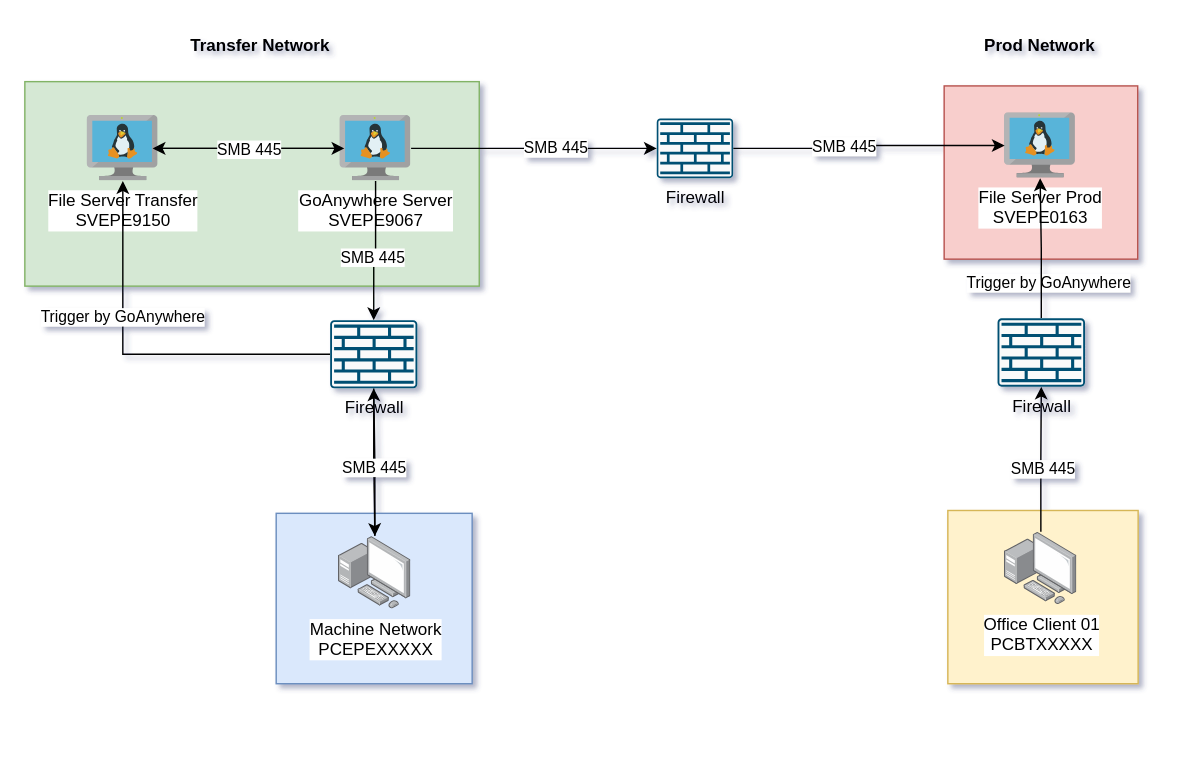
Above: goanywhere.drawio in iippam/proyek-01 (draw.io), before the change. Source tidied: cells renumbered, new cells numbered last; positions are measured from the earlier drawing's top-left corner, leaving out a move shared by most shapes. Both pictures are drawn from the tidied source at 142%, with x=0, y=0 at pixel (24, 24).
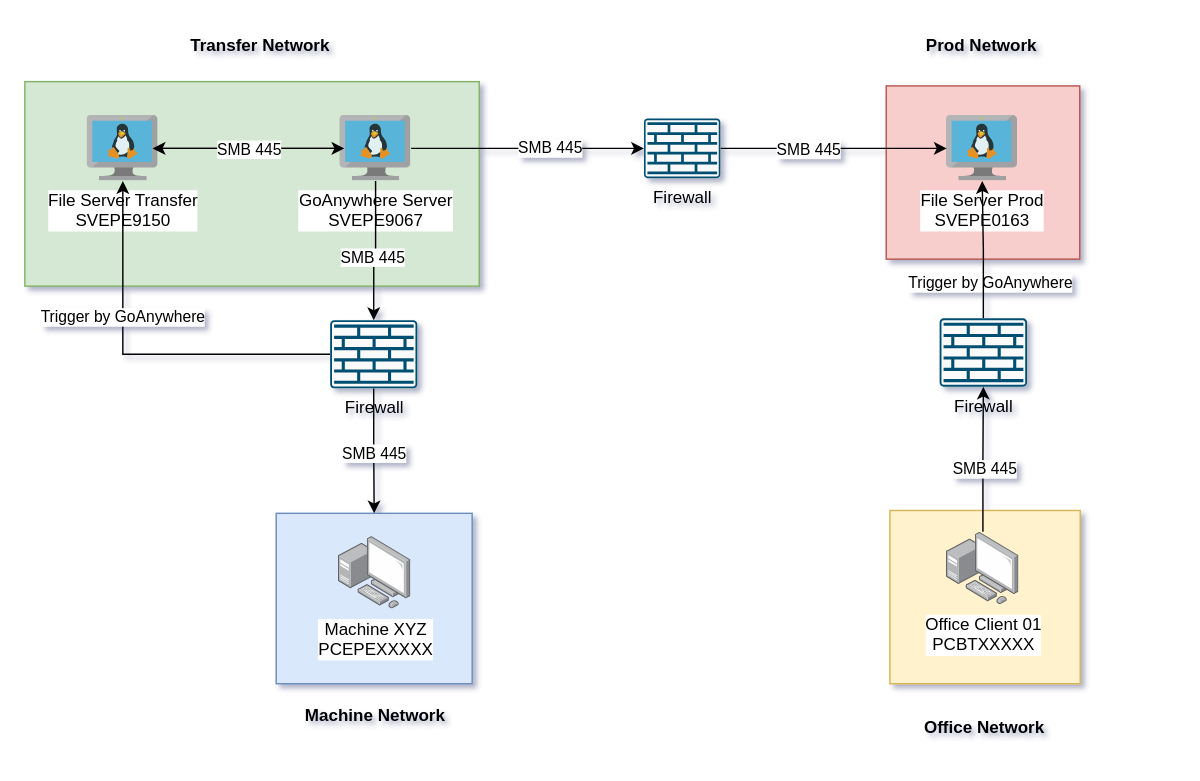
After the change.

Unchanged cells that the change refers to:
```xml
<mxCell id="5" style="rounded=0;whiteSpace=wrap;html=1;fillColor=#dae8fc;strokeColor=#6c8ebf;" parent="1" vertex="1">
  <mxGeometry x="177" y="344" width="138" height="120" as="geometry" />
</mxCell>
<mxCell id="23" style="edgeStyle=orthogonalEdgeStyle;rounded=0;jettySize=auto;html=1;" parent="1" edge="1" source="26" target="12">
  <mxGeometry relative="1" as="geometry" />
</mxCell>
<mxCell id="26" value="Firewall&lt;div&gt;&lt;br/&gt;&lt;/div&gt;" style="sketch=0;points=[[0.015,0.015,0],[0.985,0.015,0],[0.985,0.985,0],[0.015,0.985,0],[0.25,0,0],[0.5,0,0],[0.75,0,0],[1,0.25,0],[1,0.5,0],[1,0.75,0],[0.75,1,0],[0.5,1,0],[0.25,1,0],[0,0.75,0],[0,0.5,0],[0,0.25,0]];verticalLabelPosition=bottom;html=1;verticalAlign=top;align=center;shape=mxgraph.cisco19.rect;prIcon=firewall;fillColor=#FAFAFA;strokeColor=#005073;" parent="1" vertex="1">
  <mxGeometry x="215" y="208" width="61.4" height="48" as="geometry" />
</mxCell>
```

Change to the diagram source:
```diff
@@
     <mxCell id="2" style="rounded=0;whiteSpace=wrap;html=1;fillColor=#f8cecc;strokeColor=#b85450;" parent="1" vertex="1">
-      <mxGeometry x="647.4" y="43" width="136.3" height="122" as="geometry" />
+      <mxGeometry x="606.6" y="43" width="136.3" height="122" as="geometry" />
     </mxCell>
@@
     <mxCell id="4" style="rounded=0;whiteSpace=wrap;html=1;fillColor=#fff2cc;strokeColor=#d6b656;" parent="1" vertex="1">
-      <mxGeometry x="650" y="342" width="134" height="122" as="geometry" />
+      <mxGeometry x="609.2" y="342" width="134" height="122" as="geometry" />
     </mxCell>
@@
     <mxCell id="9" value="&lt;div&gt;Office Client 01&lt;br&gt;PCBTXXXXX&lt;/div&gt;" style="sketch=0;shadow=0;dashed=0;html=1;strokeColor=none;fillColor=#00BEF2;labelPosition=center;verticalLabelPosition=bottom;verticalAlign=top;outlineConnect=0;align=center;shape=image;labelBackgroundColor=default;points=[];image=img/lib/allied_telesis/computer_and_terminals/Personal_Computer_with_Server.svg;" parent="1" vertex="1">
-      <mxGeometry x="690" y="357" width="51" height="52" as="geometry" />
+      <mxGeometry x="649.2" y="357" width="51" height="52" as="geometry" />
     </mxCell>
@@
     <mxCell id="11" value="File Server Prod&lt;br&gt;SVEPE0163" style="image;sketch=0;html=1;points=[];align=center;fontSize=12;image=img/lib/mscae/VM_Linux.svg;" parent="1" vertex="1">
-      <mxGeometry x="690" y="62" width="50" height="46" as="geometry" />
+      <mxGeometry x="649.2" y="64" width="50" height="46" as="geometry" />
     </mxCell>
@@
     <mxCell id="15" value="Firewall" style="sketch=0;points=[[0.015,0.015,0],[0.985,0.015,0],[0.985,0.985,0],[0.015,0.985,0],[0.25,0,0],[0.5,0,0],[0.75,0,0],[1,0.25,0],[1,0.5,0],[1,0.75,0],[0.75,1,0],[0.5,1,0],[0.25,1,0],[0,0.75,0],[0,0.5,0],[0,0.25,0]];verticalLabelPosition=bottom;html=1;verticalAlign=top;align=center;shape=mxgraph.cisco19.rect;prIcon=firewall;fillColor=#FAFAFA;strokeColor=#005073;" parent="1" vertex="1">
-      <mxGeometry x="445" y="66" width="53.8" height="42" as="geometry" />
+      <mxGeometry x="436" y="66" width="53.8" height="42" as="geometry" />
     </mxCell>
@@
-    <mxCell id="19" style="edgeStyle=orthogonalEdgeStyle;rounded=0;jettySize=auto;html=1;" parent="1" edge="1" source="20" target="26">
-      <mxGeometry relative="1" as="geometry" />
-    </mxCell>
-    <mxCell id="20" value="&lt;div&gt;Machine Network&lt;br&gt;PCEPEXXXXX&lt;/div&gt;" style="sketch=0;shadow=0;dashed=0;html=1;strokeColor=none;fillColor=#00BEF2;labelPosition=center;verticalLabelPosition=bottom;verticalAlign=top;outlineConnect=0;align=center;shape=image;labelBackgroundColor=default;points=[];image=img/lib/allied_telesis/computer_and_terminals/Personal_Computer_with_Server.svg;" parent="1" vertex="1">
+    <mxCell id="20" value="&lt;div&gt;Machine XYZ&lt;br&gt;PCEPEXXXXX&lt;/div&gt;" style="sketch=0;shadow=0;dashed=0;html=1;strokeColor=none;fillColor=#00BEF2;labelPosition=center;verticalLabelPosition=bottom;verticalAlign=top;outlineConnect=0;align=center;shape=image;labelBackgroundColor=default;points=[];image=img/lib/allied_telesis/computer_and_terminals/Personal_Computer_with_Server.svg;" parent="1" vertex="1">
       <mxGeometry x="221" y="360" width="51" height="52" as="geometry" />
     </mxCell>
-    <mxCell id="21" style="edgeStyle=orthogonalEdgeStyle;rounded=0;jettySize=auto;html=1;" parent="1" edge="1" source="26" target="20">
+    <mxCell id="21" style="edgeStyle=orthogonalEdgeStyle;rounded=0;jettySize=auto;html=1;exitX=0.5;exitY=1;exitDx=0;exitDy=0;exitPerimeter=0;entryX=0.5;entryY=0;entryDx=0;entryDy=0;" parent="1" edge="1" source="26" target="5">
       <mxGeometry relative="1" as="geometry" />
     </mxCell>
@@
     <mxCell id="25" value="Trigger by GoAnywhere" style="edgeLabel;html=1;align=center;verticalAlign=middle;" parent="23" vertex="1">
       <mxGeometry x="0.29" y="1" relative="1" as="geometry">
-        <mxPoint x="652" y="-24" as="offset" />
+        <mxPoint x="611" y="-24" as="offset" />
       </mxGeometry>
     </mxCell>
@@
     <mxCell id="30" value="Firewall" style="sketch=0;points=[[0.015,0.015,0],[0.985,0.015,0],[0.985,0.985,0],[0.015,0.985,0],[0.25,0,0],[0.5,0,0],[0.75,0,0],[1,0.25,0],[1,0.5,0],[1,0.75,0],[0.75,1,0],[0.5,1,0],[0.25,1,0],[0,0.75,0],[0,0.5,0],[0,0.25,0]];verticalLabelPosition=bottom;html=1;verticalAlign=top;align=center;shape=mxgraph.cisco19.rect;prIcon=firewall;fillColor=#FAFAFA;strokeColor=#005073;" parent="1" vertex="1">
-      <mxGeometry x="685" y="206.7" width="61.6" height="48.1" as="geometry" />
+      <mxGeometry x="644.2" y="206.7" width="61.6" height="48.1" as="geometry" />
     </mxCell>
     <mxCell id="31" value="&lt;div&gt;&lt;b&gt;Prod Network&lt;/b&gt;&lt;/div&gt;" style="text;html=1;align=center;verticalAlign=middle;whiteSpace=wrap;rounded=0;" parent="1" vertex="1">
-      <mxGeometry x="624.5" width="180" height="30" as="geometry" />
+      <mxGeometry x="583.7" width="180" height="30" as="geometry" />
     </mxCell>
@@
+    <mxCell id="34" value="&lt;div&gt;&lt;b&gt;Office Network&lt;/b&gt;&lt;/div&gt;" style="text;html=1;align=center;verticalAlign=middle;whiteSpace=wrap;rounded=0;" parent="1" vertex="1">
+      <mxGeometry x="586.2" y="480" width="180" height="30" as="geometry" />
+    </mxCell>
+    <mxCell id="35" value="&lt;div&gt;&lt;b&gt;Machine Network&lt;/b&gt;&lt;/div&gt;" style="text;html=1;align=center;verticalAlign=middle;whiteSpace=wrap;rounded=0;" parent="1" vertex="1">
+      <mxGeometry x="157" y="472" width="180" height="30" as="geometry" />
+    </mxCell>
```
